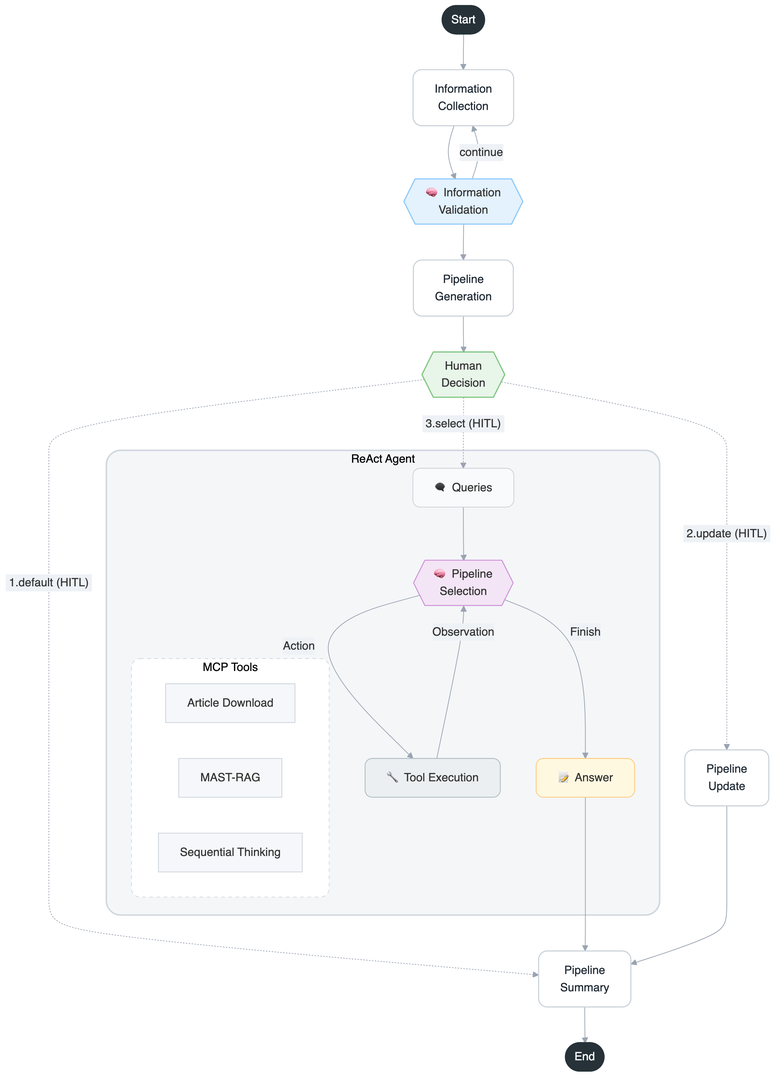
Above: agent_architecture/1.pipeline_builder.png in junghyunJJ/DeepMAST (Mermaid), before the change. Its source is kept beside it as agent_architecture/1.pipeline_builder.mermaid.
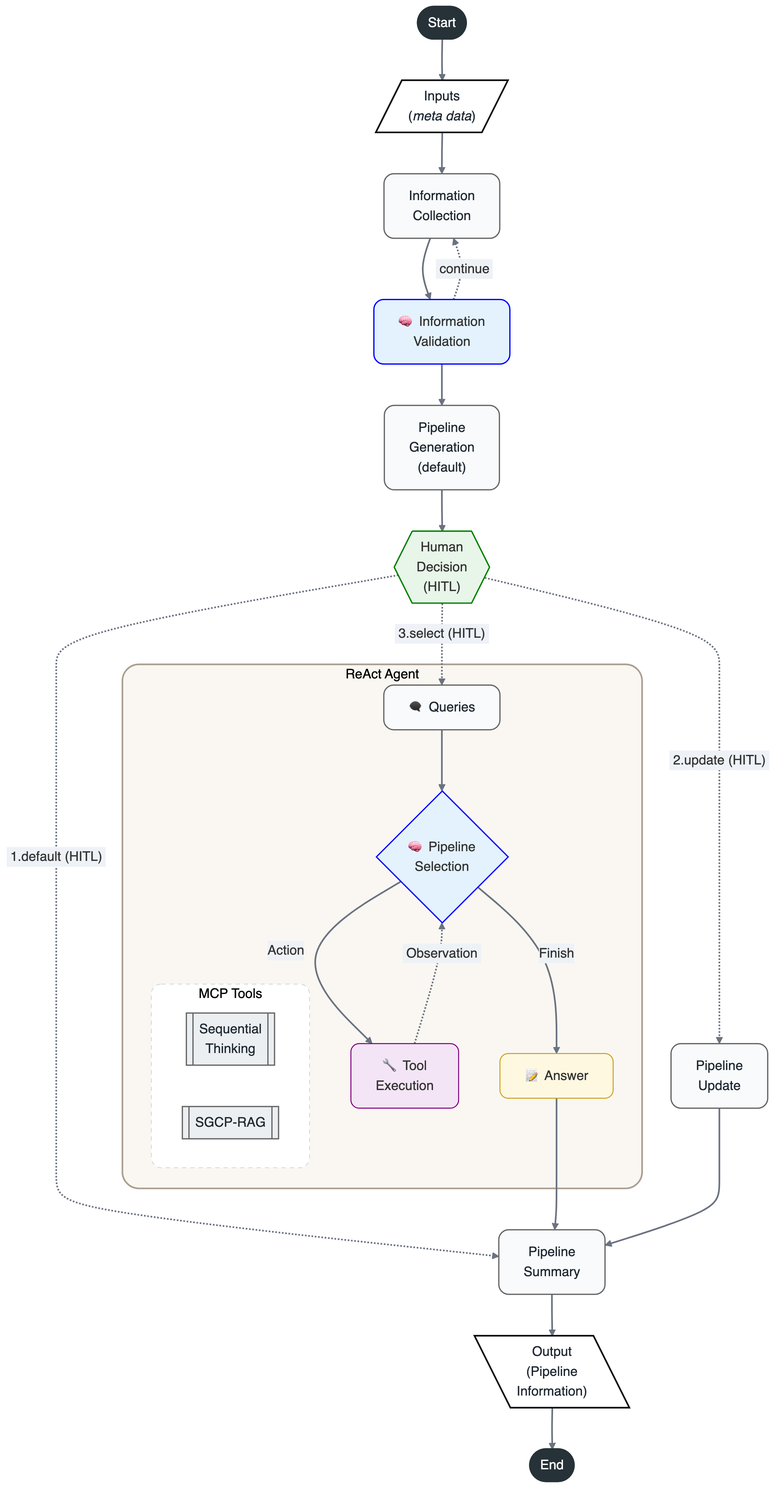
Above is the later version.

Diff of the diagram source:
```diff
@@ -6,7 +6,8 @@
     "primaryBorderColor": "#c9d1d9",
     "lineColor": "#9aa4b2",
     "secondaryColor": "#eef2f7",
-    "tertiaryColor": "#ffffff"
+    "tertiaryColor": "#ffffff",
+    "lineColor":"#6b7280"
   }
 }}%%
 
@@ -14,14 +15,17 @@
 
 
 __start__([Start]):::terminal
+INPUT[/"Inputs<br/>(<i>meta data</i>)"/]:::io_white
 info_chain[Information<br/>Collection]:::module
-validate_info{{🧠 Information<br/>Validation}}:::decision
+validate_info[🧠 Information<br/>Validation]:::decision
 
-generate_pipeline[Pipeline<br/>Generation]:::module
-human_node{{Human<br/>Decision}}:::human
+generate_pipeline["Pipeline<br/>Generation<br/>(default)"]:::module
+human_node{{"Human<br/>Decision<br/>(HITL)"}}:::human
 
 update_pipeline[Pipeline<br/>Update]:::module
 summary_pipeline[Pipeline<br/>Summary]:::module
+OUTPUT[\"Output<br/>(Pipeline<br/>Information)"\]:::io_white
+
 __end__([End]):::terminal
 
 
@@ -29,28 +33,28 @@
 subgraph react_agent["ReAct Agent"]
     direction TB
 
-    Query[🗨️ Queries]:::inner
-    Thinking{{🧠 Pipeline<br/>Selection}}:::inner_decision
-    Tool[🔧 Tool Execution]:::tool
+    Query[🗨️ Queries]:::module
+    Thinking{🧠 Pipeline<br/>Selection}:::decision
+    Tool[🔧 Tool<br/>Execution]:::tool
     Answer[📝 Answer]:::answer
 
     Query --> Thinking
     Thinking -->|Action| Tool
     Thinking -->|Finish| Answer
-    Tool -->|Observation| Thinking
+    Tool -. &nbsp;Observation&nbsp; .-> Thinking
 
     subgraph MCP["MCP Tools"]
-        mcp_download[Article Download]
-        lc[MAST-RAG]
-        mcp_st[Sequential Thinking]
+        mcp_st[[Sequential<br/>Thinking]]:::mcp
+        lc[[SGCP-RAG]]:::mcp
     end
 end
 
 
 
-__start__ --> info_chain
+__start__ --> INPUT
+INPUT --> info_chain
 info_chain --> validate_info
-validate_info -->|continue| info_chain
+validate_info -. &nbsp;continue&nbsp; .-> info_chain
 validate_info --> generate_pipeline
 generate_pipeline --> human_node
 
@@ -61,18 +65,21 @@
 
 Answer --> summary_pipeline
 update_pipeline --> summary_pipeline
-summary_pipeline --> __end__
+summary_pipeline --> OUTPUT
+
+OUTPUT --> __end__
 
 
 
-classDef module fill:#ffffff,stroke:#c9d1d9,stroke-width:1.5px,rx:12,ry:12,color:#1f2933
-classDef decision fill:#e3f2fd,stroke:#90caf9,stroke-width:1.5px,rx:12,ry:12
-classDef human fill:#e8f5e9,stroke:#81c784,stroke-width:1.5px,rx:12,ry:12
-classDef inner fill:#f9fafb,stroke:#d1d5db,stroke-width:1.2px,rx:10,ry:10
-classDef inner_decision fill:#f3e5f5,stroke:#ce93d8,stroke-width:1.2px,rx:10,ry:10
-classDef tool fill:#eceff1,stroke:#b0bec5,stroke-width:1.2px,rx:10,ry:10
-classDef answer fill:#fff8e1,stroke:#ffcc80,stroke-width:1.2px,rx:10,ry:10
+classDef module fill:#f9fafb,stroke:#666666,stroke-width:1.5px,rx:12,ry:12,color:#1f2933
+classDef decision fill:#e3f2fd,stroke:#0000FF,stroke-width:1.5px,rx:12,ry:12
+classDef human fill:#e8f5e9,stroke:#008000,stroke-width:1.5px,rx:12,ry:12
+classDef tool fill:#f3e5f5,stroke:#800080,stroke-width:1.2px,rx:10,ry:10
+classDef answer fill:#fff8e1,stroke:#C9A227,stroke-width:1.2px,rx:10,ry:10
 classDef terminal fill:#263238,color:#ffffff,stroke:#263238,stroke-width:2px,rx:15,ry:15
+classDef mcp fill:#eceff1,stroke:#666666,stroke-width:1.5px,rx:10,ry:10,color:#1f2933
+classDef io_white fill:#ffffff,stroke:#111111,stroke-width:2px,rx:14,ry:14,color:#1f2933
 
-style react_agent fill:#f4f6f8,stroke:#d0d7de,stroke-width:2px,rx:20,ry:20
+style react_agent fill:#FAF7F2,stroke:#A99F91,stroke-width:2px,rx:20,ry:20
 style MCP fill:#ffffff,stroke:#d0d7de,stroke-dasharray: 5 5,rx:12,ry:12
+linkStyle default stroke-width:2px;
```
